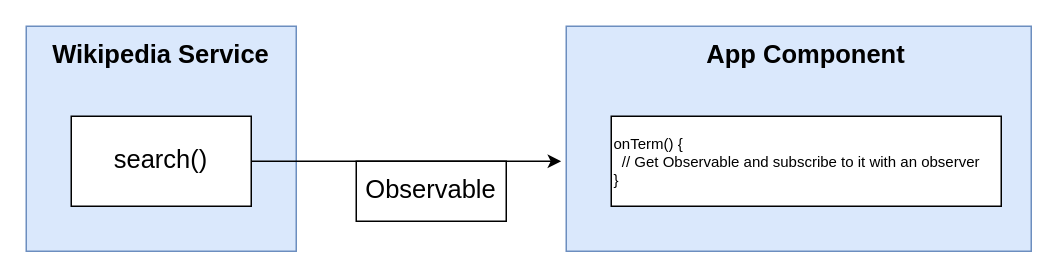
Above: page "24 - ng" (24 of 27) of diagrams/wrx/diagrams.drawio in StephenGrider/ng-casts (draw.io), before the change. Source tidied: cells renumbered, new cells numbered last; positions are measured from the earlier drawing's top-left corner, leaving out a move shared by most shapes. Both pictures are drawn from the tidied source at 150%, with x=0, y=0 at pixel (26, 26).
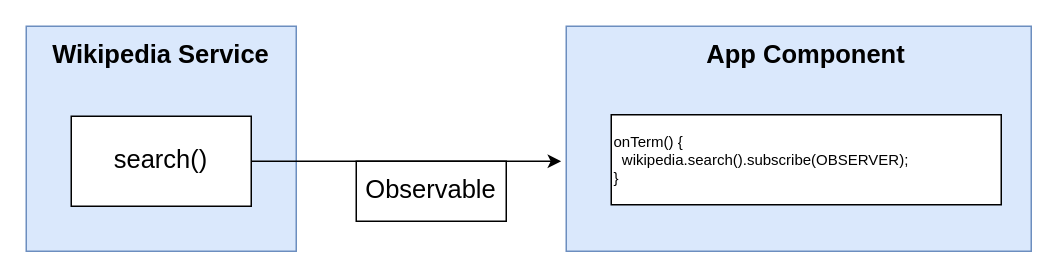
The same page after the edit.

What changed in the source:
```diff
@@
 <mxGraphModel>
   <root>
     <mxCell id="0" />
     <mxCell id="1" parent="0" />
     <mxCell id="2" style="rounded=0;whiteSpace=wrap;html=1;fontSize=17;align=center;fillColor=#dae8fc;strokeColor=#6c8ebf;" parent="1" vertex="1">
       <mxGeometry width="180" height="150" as="geometry" />
     </mxCell>
     <mxCell id="3" value="Wikipedia Service" style="text;html=1;strokeColor=none;fillColor=none;align=center;verticalAlign=middle;whiteSpace=wrap;rounded=0;fontSize=17;fontStyle=1;" parent="1" vertex="1">
       <mxGeometry x="5" y="10" width="170" height="20" as="geometry" />
     </mxCell>
     <mxCell id="4" style="rounded=0;whiteSpace=wrap;html=1;fontSize=17;align=center;fillColor=#dae8fc;strokeColor=#6c8ebf;" parent="1" vertex="1">
       <mxGeometry x="360" width="310" height="150" as="geometry" />
     </mxCell>
     <mxCell id="5" value="App Component" style="text;html=1;strokeColor=none;fillColor=none;align=center;verticalAlign=middle;whiteSpace=wrap;rounded=0;fontSize=17;fontStyle=1;" parent="1" vertex="1">
       <mxGeometry x="435" y="10" width="170" height="20" as="geometry" />
     </mxCell>
     <mxCell id="6" style="edgeStyle=orthogonalEdgeStyle;rounded=0;jettySize=auto;html=1;exitX=1;exitY=0.5;exitDx=0;exitDy=0;entryX=-0.011;entryY=0.6;entryDx=0;entryDy=0;entryPerimeter=0;fontSize=17;" parent="1" edge="1" source="7" target="4">
       <mxGeometry relative="1" as="geometry" />
     </mxCell>
     <mxCell id="7" value="search()" style="rounded=0;whiteSpace=wrap;html=1;fontSize=17;align=center;" parent="1" vertex="1">
       <mxGeometry x="30" y="60" width="120" height="60" as="geometry" />
     </mxCell>
     <mxCell id="8" value="Observable" style="rounded=0;whiteSpace=wrap;html=1;fontSize=17;align=center;" parent="1" vertex="1">
       <mxGeometry x="220" y="90" width="100" height="40" as="geometry" />
     </mxCell>
-    <mxCell id="9" value="onTerm() {&lt;br style=&quot;font-size: 10px;&quot;&gt;&amp;nbsp; // Get Observable and subscribe to it with an observer&lt;br style=&quot;font-size: 10px;&quot;&gt;}" style="rounded=0;whiteSpace=wrap;html=1;fontSize=10;align=left;" parent="1" vertex="1">
-      <mxGeometry x="390" y="60" width="260" height="60" as="geometry" />
+    <mxCell id="9" value="onTerm() {&lt;br style=&quot;font-size: 10px&quot;&gt;&amp;nbsp; wikipedia.search().subscribe(OBSERVER);&lt;br style=&quot;font-size: 10px&quot;&gt;}" style="rounded=0;whiteSpace=wrap;html=1;fontSize=10;align=left;" parent="1" vertex="1">
+      <mxGeometry x="390" y="59" width="260" height="60" as="geometry" />
     </mxCell>
   </root>
 </mxGraphModel>
```
